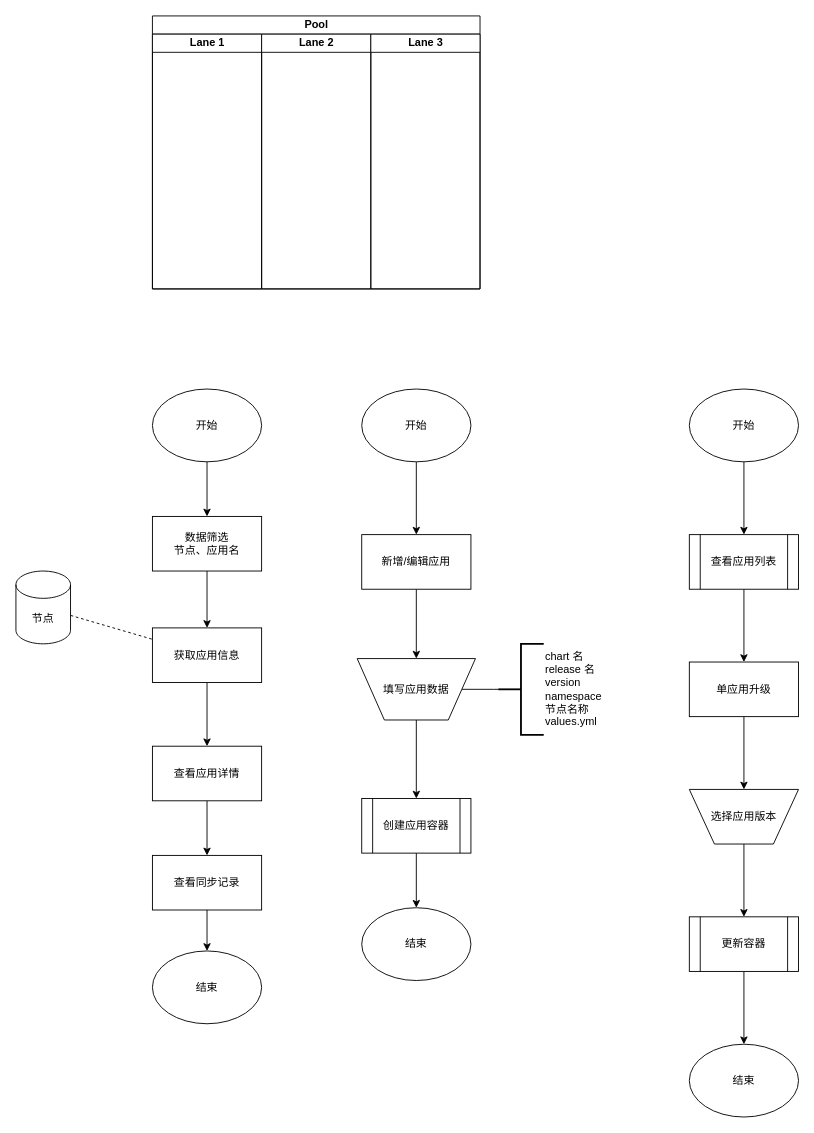
zhuoooo/doodles keeps this draw.io diagram as page "节点-应用版本管理" (5 of 8) of devops/upgrade.drawio. Above is the earlier version. Source tidied: cells renumbered, new cells numbered last; positions are measured from the earlier drawing's top-left corner, leaving out a move shared by most shapes. Both pictures are drawn from the tidied source at 91%, with x=0, y=0 at pixel (15, 15).
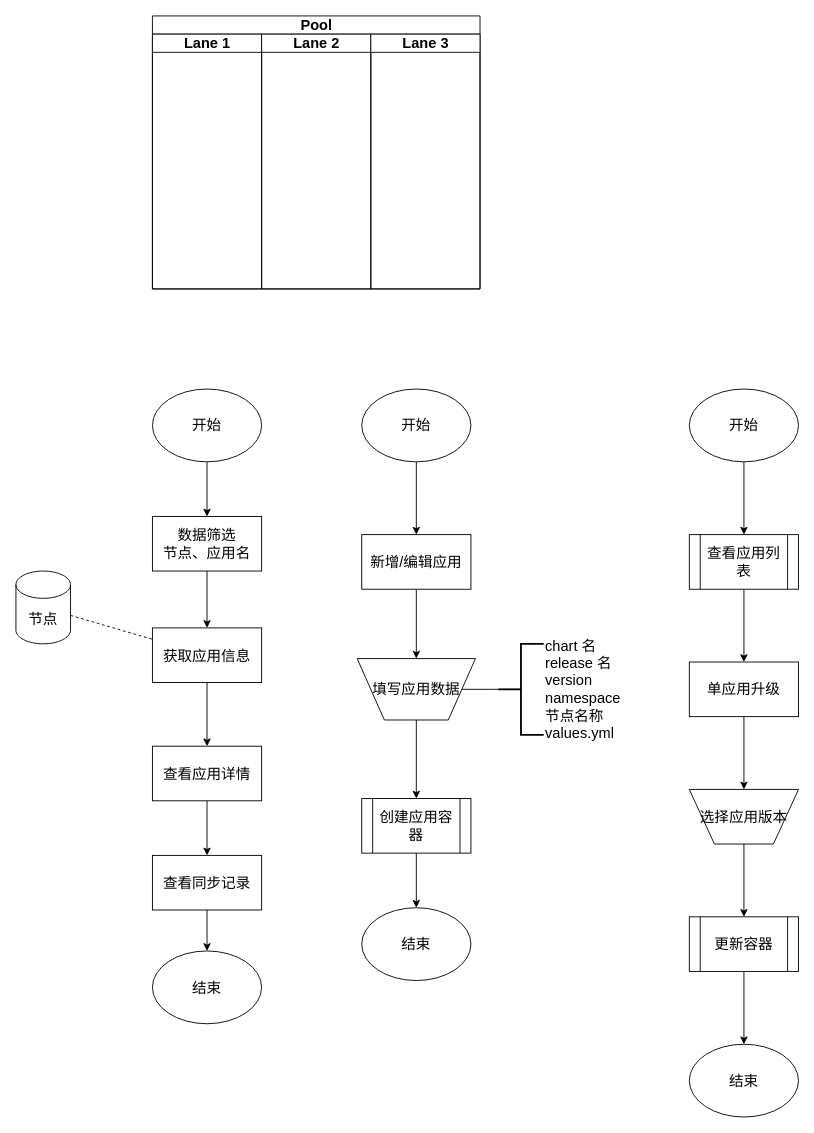
The same page after the edit.

What changed in the source:
```diff
@@
-    <mxCell id="2" style="edgeStyle=orthogonalEdgeStyle;rounded=0;jettySize=auto;html=1;" parent="1" edge="1" source="37" target="5">
+    <mxCell id="2" style="edgeStyle=orthogonalEdgeStyle;rounded=0;jettySize=auto;html=1;fontSize=16;" parent="1" edge="1" source="37" target="5">
       <mxGeometry relative="1" as="geometry" />
     </mxCell>
-    <mxCell id="3" value="开始" style="ellipse;whiteSpace=wrap;html=1;" parent="1" vertex="1">
+    <mxCell id="3" value="开始" style="ellipse;whiteSpace=wrap;html=1;fontSize=16;" parent="1" vertex="1">
       <mxGeometry x="150" y="410" width="120" height="80" as="geometry" />
     </mxCell>
-    <mxCell id="4" style="edgeStyle=orthogonalEdgeStyle;rounded=0;jettySize=auto;html=1;" parent="1" edge="1" source="5" target="7">
+    <mxCell id="4" style="edgeStyle=orthogonalEdgeStyle;rounded=0;jettySize=auto;html=1;fontSize=16;" parent="1" edge="1" source="5" target="7">
       <mxGeometry relative="1" as="geometry" />
     </mxCell>
-    <mxCell id="5" value="获取应用信息" style="whiteSpace=wrap;html=1;" parent="1" vertex="1">
+    <mxCell id="5" value="获取应用信息" style="whiteSpace=wrap;html=1;fontSize=16;" parent="1" vertex="1">
       <mxGeometry x="150" y="672.5" width="120" height="60" as="geometry" />
     </mxCell>
-    <mxCell id="6" style="edgeStyle=orthogonalEdgeStyle;rounded=0;jettySize=auto;html=1;" parent="1" edge="1" source="7" target="11">
+    <mxCell id="6" style="edgeStyle=orthogonalEdgeStyle;rounded=0;jettySize=auto;html=1;fontSize=16;" parent="1" edge="1" source="7" target="11">
       <mxGeometry relative="1" as="geometry" />
     </mxCell>
-    <mxCell id="7" value="查看应用详情" style="rounded=0;whiteSpace=wrap;html=1;" parent="1" vertex="1">
+    <mxCell id="7" value="查看应用详情" style="rounded=0;whiteSpace=wrap;html=1;fontSize=16;" parent="1" vertex="1">
       <mxGeometry x="150" y="802.5" width="120" height="60" as="geometry" />
     </mxCell>
-    <mxCell id="8" style="rounded=0;jettySize=auto;html=1;endArrow=none;endFill=0;dashed=1;" parent="1" edge="1" source="9" target="5">
+    <mxCell id="8" style="rounded=0;jettySize=auto;html=1;endArrow=none;endFill=0;dashed=1;fontSize=16;" parent="1" edge="1" source="9" target="5">
       <mxGeometry relative="1" as="geometry" />
     </mxCell>
-    <mxCell id="9" value="节点" style="shape=cylinder3;whiteSpace=wrap;html=1;boundedLbl=1;backgroundOutline=1;size=15;" parent="1" vertex="1">
+    <mxCell id="9" value="节点" style="shape=cylinder3;whiteSpace=wrap;html=1;boundedLbl=1;backgroundOutline=1;size=15;fontSize=16;" parent="1" vertex="1">
       <mxGeometry y="610" width="60" height="80" as="geometry" />
     </mxCell>
-    <mxCell id="10" style="edgeStyle=orthogonalEdgeStyle;rounded=0;jettySize=auto;html=1;" parent="1" edge="1" source="11" target="12">
+    <mxCell id="10" style="edgeStyle=orthogonalEdgeStyle;rounded=0;jettySize=auto;html=1;fontSize=16;" parent="1" edge="1" source="11" target="12">
       <mxGeometry relative="1" as="geometry" />
     </mxCell>
-    <mxCell id="11" value="查看同步记录" style="whiteSpace=wrap;html=1;rounded=0;" parent="1" vertex="1">
+    <mxCell id="11" value="查看同步记录" style="whiteSpace=wrap;html=1;rounded=0;fontSize=16;" parent="1" vertex="1">
       <mxGeometry x="150" y="922.5" width="120" height="60" as="geometry" />
     </mxCell>
-    <mxCell id="12" value="结束" style="ellipse;whiteSpace=wrap;html=1;" parent="1" vertex="1">
+    <mxCell id="12" value="结束" style="ellipse;whiteSpace=wrap;html=1;fontSize=16;" parent="1" vertex="1">
       <mxGeometry x="150" y="1027.5" width="120" height="80" as="geometry" />
     </mxCell>
-    <mxCell id="13" value="Pool" style="swimlane;startSize=20;html=1;" parent="1" vertex="1">
+    <mxCell id="13" value="Pool" style="swimlane;startSize=20;html=1;fontSize=16;" parent="1" vertex="1">
       <mxGeometry x="150" width="360" height="300" as="geometry" />
     </mxCell>
-    <mxCell id="14" value="Lane 1" style="swimlane;startSize=20;html=1;" parent="13" vertex="1">
+    <mxCell id="14" value="Lane 1" style="swimlane;startSize=20;html=1;fontSize=16;" parent="13" vertex="1">
       <mxGeometry y="20" width="120" height="280" as="geometry" />
     </mxCell>
-    <mxCell id="15" value="Lane 2" style="swimlane;startSize=20;html=1;" parent="13" vertex="1">
+    <mxCell id="15" value="Lane 2" style="swimlane;startSize=20;html=1;fontSize=16;" parent="13" vertex="1">
       <mxGeometry x="120" y="20" width="120" height="280" as="geometry" />
     </mxCell>
-    <mxCell id="16" value="Lane 3" style="swimlane;startSize=20;html=1;" parent="13" vertex="1">
+    <mxCell id="16" value="Lane 3" style="swimlane;startSize=20;html=1;fontSize=16;" parent="13" vertex="1">
       <mxGeometry x="240" y="20" width="120" height="280" as="geometry" />
     </mxCell>
-    <mxCell id="17" style="edgeStyle=orthogonalEdgeStyle;rounded=0;jettySize=auto;html=1;" parent="1" edge="1" source="18" target="20">
+    <mxCell id="17" style="edgeStyle=orthogonalEdgeStyle;rounded=0;jettySize=auto;html=1;fontSize=16;" parent="1" edge="1" source="18" target="20">
       <mxGeometry relative="1" as="geometry" />
     </mxCell>
-    <mxCell id="18" value="开始" style="ellipse;whiteSpace=wrap;html=1;" parent="1" vertex="1">
+    <mxCell id="18" value="开始" style="ellipse;whiteSpace=wrap;html=1;fontSize=16;" parent="1" vertex="1">
       <mxGeometry x="380" y="410" width="120" height="80" as="geometry" />
     </mxCell>
-    <mxCell id="19" style="edgeStyle=orthogonalEdgeStyle;rounded=0;jettySize=auto;html=1;" parent="1" edge="1" source="20" target="23">
+    <mxCell id="19" style="edgeStyle=orthogonalEdgeStyle;rounded=0;jettySize=auto;html=1;fontSize=16;" parent="1" edge="1" source="20" target="23">
       <mxGeometry relative="1" as="geometry" />
     </mxCell>
-    <mxCell id="20" value="新增/编辑应用" style="whiteSpace=wrap;html=1;" parent="1" vertex="1">
+    <mxCell id="20" value="新增/编辑应用" style="whiteSpace=wrap;html=1;fontSize=16;" parent="1" vertex="1">
       <mxGeometry x="380" y="570" width="120" height="60" as="geometry" />
     </mxCell>
-    <mxCell id="21" style="edgeStyle=orthogonalEdgeStyle;rounded=0;jettySize=auto;html=1;" parent="1" edge="1" source="23" target="25">
+    <mxCell id="21" style="edgeStyle=orthogonalEdgeStyle;rounded=0;jettySize=auto;html=1;fontSize=16;" parent="1" edge="1" source="23" target="25">
       <mxGeometry relative="1" as="geometry" />
     </mxCell>
-    <mxCell id="22" style="edgeStyle=orthogonalEdgeStyle;rounded=0;jettySize=auto;html=1;endArrow=none;endFill=0;" parent="1" edge="1" source="23" target="26">
+    <mxCell id="22" style="edgeStyle=orthogonalEdgeStyle;rounded=0;jettySize=auto;html=1;endArrow=none;endFill=0;fontSize=16;" parent="1" edge="1" source="23" target="26">
       <mxGeometry relative="1" as="geometry" />
     </mxCell>
-    <mxCell id="23" value="填写应用数据" style="verticalLabelPosition=middle;verticalAlign=middle;html=1;shape=trapezoid;perimeter=trapezoidPerimeter;whiteSpace=wrap;size=0.23;arcSize=10;flipV=1;labelPosition=center;align=center;" parent="1" vertex="1">
+    <mxCell id="23" value="填写应用数据" style="verticalLabelPosition=middle;verticalAlign=middle;html=1;shape=trapezoid;perimeter=trapezoidPerimeter;whiteSpace=wrap;size=0.23;arcSize=10;flipV=1;labelPosition=center;align=center;fontSize=16;" parent="1" vertex="1">
       <mxGeometry x="375" y="706.2" width="130" height="67.5" as="geometry" />
     </mxCell>
-    <mxCell id="24" style="edgeStyle=orthogonalEdgeStyle;rounded=0;jettySize=auto;html=1;" parent="1" edge="1" source="25" target="27">
+    <mxCell id="24" style="edgeStyle=orthogonalEdgeStyle;rounded=0;jettySize=auto;html=1;fontSize=16;" parent="1" edge="1" source="25" target="27">
       <mxGeometry relative="1" as="geometry" />
     </mxCell>
-    <mxCell id="25" value="创建应用容器" style="shape=process;whiteSpace=wrap;html=1;backgroundOutline=1;arcSize=10;" parent="1" vertex="1">
+    <mxCell id="25" value="创建应用容器" style="shape=process;whiteSpace=wrap;html=1;backgroundOutline=1;arcSize=10;fontSize=16;" parent="1" vertex="1">
       <mxGeometry x="380" y="860" width="120" height="60" as="geometry" />
     </mxCell>
-    <mxCell id="26" value="chart 名&lt;br&gt;release 名&lt;br&gt;version&lt;br&gt;namespace&lt;br&gt;节点名称&lt;br&gt;values.yml" style="strokeWidth=2;html=1;shape=mxgraph.flowchart.annotation_2;align=left;labelPosition=right;" parent="1" vertex="1">
+    <mxCell id="26" value="chart 名&lt;br style=&quot;font-size: 16px;&quot;&gt;release 名&lt;br style=&quot;font-size: 16px;&quot;&gt;version&lt;br style=&quot;font-size: 16px;&quot;&gt;namespace&lt;br style=&quot;font-size: 16px;&quot;&gt;节点名称&lt;br style=&quot;font-size: 16px;&quot;&gt;values.yml" style="strokeWidth=2;html=1;shape=mxgraph.flowchart.annotation_2;align=left;labelPosition=right;fontSize=16;" parent="1" vertex="1">
       <mxGeometry x="530" y="690" width="50" height="100" as="geometry" />
     </mxCell>
-    <mxCell id="27" value="结束" style="ellipse;whiteSpace=wrap;html=1;" parent="1" vertex="1">
+    <mxCell id="27" value="结束" style="ellipse;whiteSpace=wrap;html=1;fontSize=16;" parent="1" vertex="1">
       <mxGeometry x="380" y="980" width="120" height="80" as="geometry" />
     </mxCell>
-    <mxCell id="28" style="edgeStyle=orthogonalEdgeStyle;rounded=0;jettySize=auto;html=1;" parent="1" edge="1" source="29" target="31">
+    <mxCell id="28" style="edgeStyle=orthogonalEdgeStyle;rounded=0;jettySize=auto;html=1;fontSize=16;" parent="1" edge="1" source="29" target="31">
       <mxGeometry relative="1" as="geometry" />
     </mxCell>
-    <mxCell id="29" value="开始" style="ellipse;whiteSpace=wrap;html=1;" parent="1" vertex="1">
+    <mxCell id="29" value="开始" style="ellipse;whiteSpace=wrap;html=1;fontSize=16;" parent="1" vertex="1">
       <mxGeometry x="740" y="410" width="120" height="80" as="geometry" />
     </mxCell>
-    <mxCell id="30" style="edgeStyle=orthogonalEdgeStyle;rounded=0;jettySize=auto;html=1;" parent="1" edge="1" source="31" target="33">
+    <mxCell id="30" style="edgeStyle=orthogonalEdgeStyle;rounded=0;jettySize=auto;html=1;fontSize=16;" parent="1" edge="1" source="31" target="33">
       <mxGeometry relative="1" as="geometry" />
     </mxCell>
-    <mxCell id="31" value="查看应用列表" style="shape=process;whiteSpace=wrap;html=1;backgroundOutline=1;" parent="1" vertex="1">
+    <mxCell id="31" value="查看应用列表" style="shape=process;whiteSpace=wrap;html=1;backgroundOutline=1;fontSize=16;" parent="1" vertex="1">
       <mxGeometry x="740" y="570" width="120" height="60" as="geometry" />
     </mxCell>
-    <mxCell id="32" style="edgeStyle=orthogonalEdgeStyle;rounded=0;jettySize=auto;html=1;" parent="1" edge="1" source="33" target="35">
+    <mxCell id="32" style="edgeStyle=orthogonalEdgeStyle;rounded=0;jettySize=auto;html=1;fontSize=16;" parent="1" edge="1" source="33" target="35">
       <mxGeometry relative="1" as="geometry" />
     </mxCell>
-    <mxCell id="33" value="单应用升级" style="whiteSpace=wrap;html=1;" parent="1" vertex="1">
+    <mxCell id="33" value="单应用升级" style="whiteSpace=wrap;html=1;fontSize=16;" parent="1" vertex="1">
       <mxGeometry x="740" y="710" width="120" height="60" as="geometry" />
     </mxCell>
-    <mxCell id="34" style="edgeStyle=orthogonalEdgeStyle;rounded=0;jettySize=auto;html=1;" parent="1" edge="1" source="35" target="39">
+    <mxCell id="34" style="edgeStyle=orthogonalEdgeStyle;rounded=0;jettySize=auto;html=1;fontSize=16;" parent="1" edge="1" source="35" target="39">
       <mxGeometry relative="1" as="geometry" />
     </mxCell>
-    <mxCell id="35" value="选择应用版本" style="verticalLabelPosition=middle;verticalAlign=middle;html=1;shape=trapezoid;perimeter=trapezoidPerimeter;whiteSpace=wrap;size=0.23;arcSize=10;flipV=1;labelPosition=center;align=center;" parent="1" vertex="1">
+    <mxCell id="35" value="选择应用版本" style="verticalLabelPosition=middle;verticalAlign=middle;html=1;shape=trapezoid;perimeter=trapezoidPerimeter;whiteSpace=wrap;size=0.23;arcSize=10;flipV=1;labelPosition=center;align=center;fontSize=16;" parent="1" vertex="1">
       <mxGeometry x="740" y="850" width="120" height="60" as="geometry" />
     </mxCell>
-    <mxCell id="36" style="edgeStyle=orthogonalEdgeStyle;rounded=0;jettySize=auto;html=1;" parent="1" edge="1" source="3" target="37">
+    <mxCell id="36" style="edgeStyle=orthogonalEdgeStyle;rounded=0;jettySize=auto;html=1;fontSize=16;" parent="1" edge="1" source="3" target="37">
       <mxGeometry relative="1" as="geometry" />
     </mxCell>
-    <mxCell id="37" value="数据筛选&lt;br&gt;节点、应用名" style="rounded=0;whiteSpace=wrap;html=1;" parent="1" vertex="1">
+    <mxCell id="37" value="数据筛选&lt;br style=&quot;font-size: 16px;&quot;&gt;节点、应用名" style="rounded=0;whiteSpace=wrap;html=1;fontSize=16;" parent="1" vertex="1">
       <mxGeometry x="150" y="550" width="120" height="60" as="geometry" />
     </mxCell>
-    <mxCell id="38" style="edgeStyle=orthogonalEdgeStyle;rounded=0;jettySize=auto;html=1;" parent="1" edge="1" source="39" target="40">
+    <mxCell id="38" style="edgeStyle=orthogonalEdgeStyle;rounded=0;jettySize=auto;html=1;fontSize=16;" parent="1" edge="1" source="39" target="40">
       <mxGeometry relative="1" as="geometry" />
     </mxCell>
-    <mxCell id="39" value="更新容器" style="shape=process;whiteSpace=wrap;html=1;backgroundOutline=1;" parent="1" vertex="1">
+    <mxCell id="39" value="更新容器" style="shape=process;whiteSpace=wrap;html=1;backgroundOutline=1;fontSize=16;" parent="1" vertex="1">
       <mxGeometry x="740" y="990" width="120" height="60" as="geometry" />
     </mxCell>
-    <mxCell id="40" value="结束" style="ellipse;whiteSpace=wrap;html=1;" parent="1" vertex="1">
+    <mxCell id="40" value="结束" style="ellipse;whiteSpace=wrap;html=1;fontSize=16;" parent="1" vertex="1">
       <mxGeometry x="740" y="1130" width="120" height="80" as="geometry" />
     </mxCell>
```
